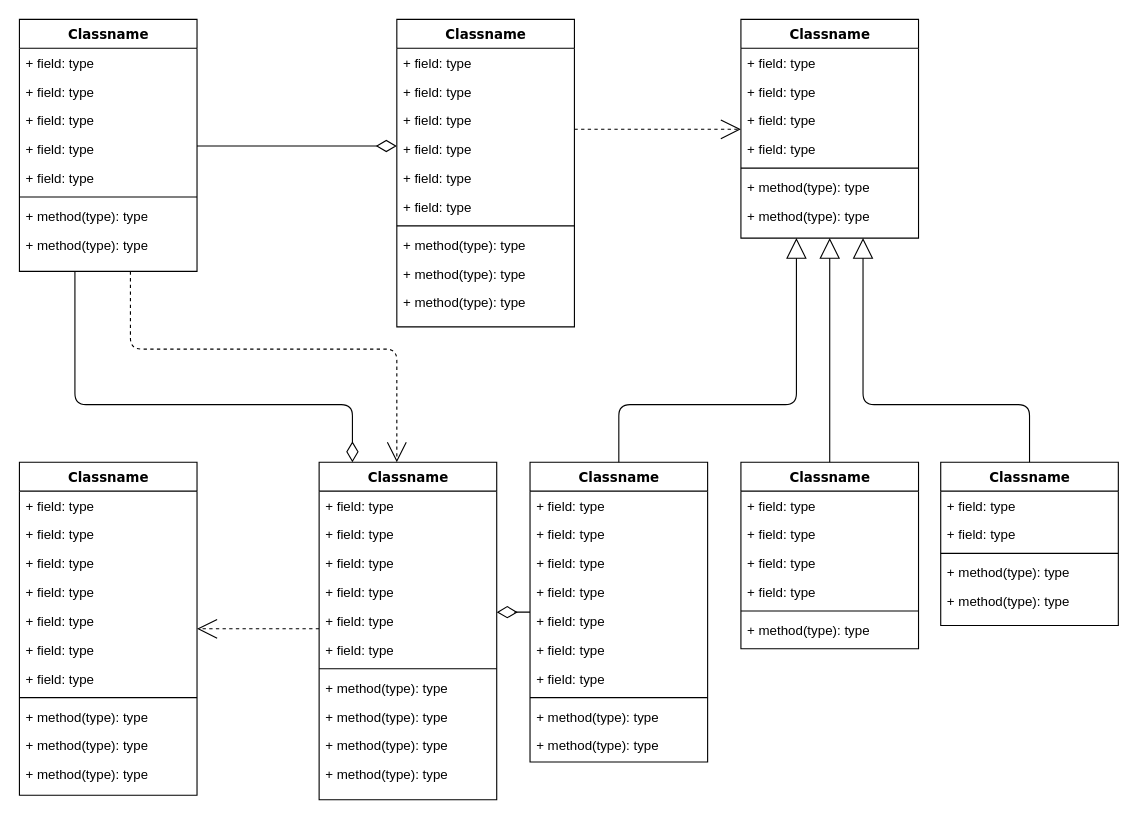
jiaozongben/geek4you keeps this draw.io diagram as Untitled Diagram.drawio. Above is the earlier version. Source tidied: cells renumbered, new cells numbered last; positions are measured from the earlier drawing's top-left corner, leaving out a move shared by most shapes. Both pictures are drawn from the tidied source at 111%, with x=0, y=0 at pixel (19, 19).
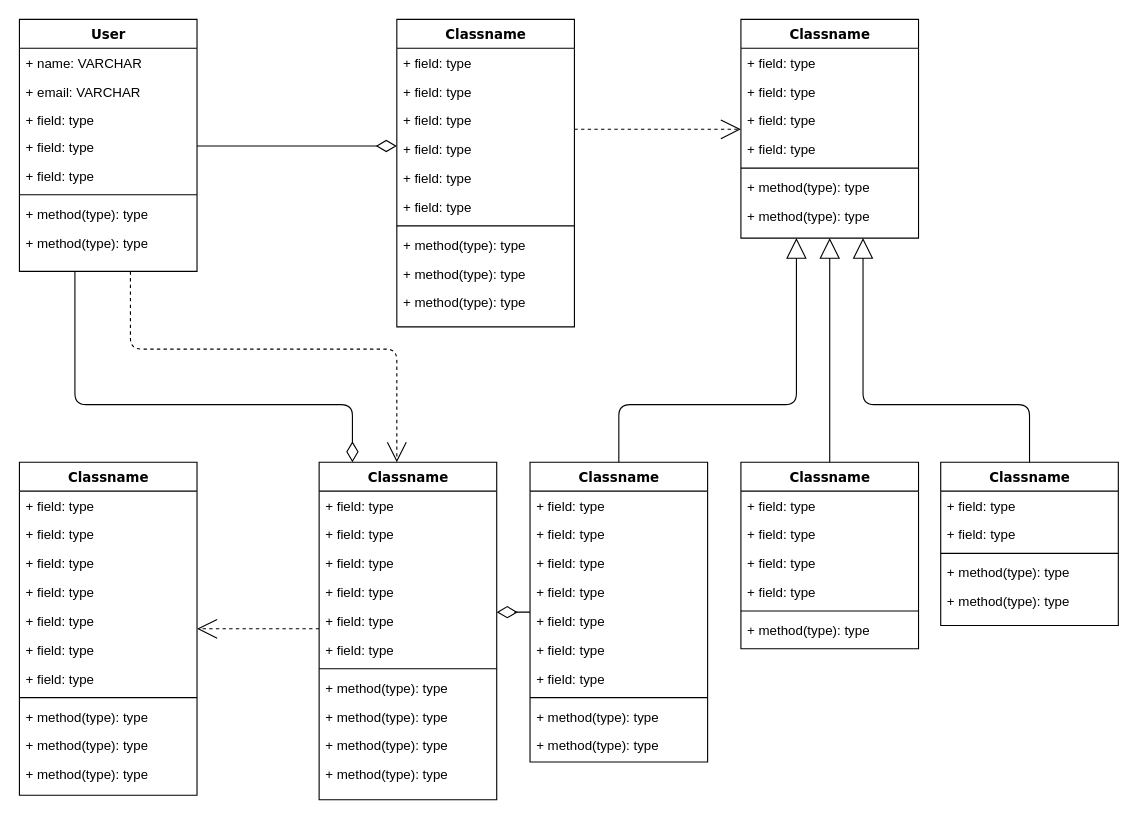
After the change.

Commit message:
RSS-数据库ER图

Change to the diagram source:
```diff
@@
-    <mxCell id="4" value="Classname" style="swimlane;html=1;fontStyle=1;align=center;verticalAlign=top;horizontal=1;startSize=26;swimlaneFillColor=#ffffff;rounded=0;shadow=0;comic=0;labelBackgroundColor=none;strokeWidth=1;fillColor=none;fontFamily=Verdana;fontSize=12;" parent="1" vertex="1">
+    <mxCell id="4" value="User&lt;br&gt;" style="swimlane;html=1;fontStyle=1;align=center;verticalAlign=top;horizontal=1;startSize=26;swimlaneFillColor=#ffffff;rounded=0;shadow=0;comic=0;labelBackgroundColor=none;strokeWidth=1;fillColor=none;fontFamily=Verdana;fontSize=12;" parent="1" vertex="1">
       <mxGeometry width="160" height="227" as="geometry" />
     </mxCell>
-    <mxCell id="5" value="+ field: type" style="text;html=1;strokeColor=none;fillColor=none;align=left;verticalAlign=top;spacingLeft=4;spacingRight=4;whiteSpace=wrap;overflow=hidden;" parent="4" vertex="1">
+    <mxCell id="5" value="+ name: VARCHAR" style="text;html=1;strokeColor=none;fillColor=none;align=left;verticalAlign=top;spacingLeft=4;spacingRight=4;whiteSpace=wrap;overflow=hidden;" parent="4" vertex="1">
       <mxGeometry y="26" width="160" height="26" as="geometry" />
     </mxCell>
-    <mxCell id="6" value="+ field: type" style="text;html=1;strokeColor=none;fillColor=none;align=left;verticalAlign=top;spacingLeft=4;spacingRight=4;whiteSpace=wrap;overflow=hidden;" parent="4" vertex="1">
+    <mxCell id="6" value="+ email: VARCHAR" style="text;html=1;strokeColor=none;fillColor=none;align=left;verticalAlign=top;spacingLeft=4;spacingRight=4;whiteSpace=wrap;overflow=hidden;" parent="4" vertex="1">
       <mxGeometry y="52" width="160" height="26" as="geometry" />
     </mxCell>
     <mxCell id="7" value="+ field: type" style="text;html=1;strokeColor=none;fillColor=none;align=left;verticalAlign=top;spacingLeft=4;spacingRight=4;whiteSpace=wrap;overflow=hidden;" parent="4" vertex="1">
-      <mxGeometry y="78" width="160" height="26" as="geometry" />
+      <mxGeometry y="78" width="160" height="24" as="geometry" />
     </mxCell>
     <mxCell id="8" value="+ field: type" style="text;html=1;strokeColor=none;fillColor=none;align=left;verticalAlign=top;spacingLeft=4;spacingRight=4;whiteSpace=wrap;overflow=hidden;" parent="4" vertex="1">
-      <mxGeometry y="104" width="160" height="26" as="geometry" />
+      <mxGeometry y="102" width="160" height="26" as="geometry" />
     </mxCell>
     <mxCell id="9" value="+ field: type" style="text;html=1;strokeColor=none;fillColor=none;align=left;verticalAlign=top;spacingLeft=4;spacingRight=4;whiteSpace=wrap;overflow=hidden;" parent="4" vertex="1">
-      <mxGeometry y="130" width="160" height="26" as="geometry" />
+      <mxGeometry y="128" width="160" height="26" as="geometry" />
     </mxCell>
     <mxCell id="10" style="line;html=1;strokeWidth=1;fillColor=none;align=left;verticalAlign=middle;spacingTop=-1;spacingLeft=3;spacingRight=3;labelPosition=right;" parent="4" vertex="1">
-      <mxGeometry y="156" width="160" height="8" as="geometry" />
+      <mxGeometry y="154" width="160" height="8" as="geometry" />
     </mxCell>
     <mxCell id="11" value="+ method(type): type" style="text;html=1;strokeColor=none;fillColor=none;align=left;verticalAlign=top;spacingLeft=4;spacingRight=4;whiteSpace=wrap;overflow=hidden;" parent="4" vertex="1">
-      <mxGeometry y="164" width="160" height="26" as="geometry" />
+      <mxGeometry y="162" width="160" height="26" as="geometry" />
     </mxCell>
     <mxCell id="12" value="+ method(type): type" style="text;html=1;strokeColor=none;fillColor=none;align=left;verticalAlign=top;spacingLeft=4;spacingRight=4;whiteSpace=wrap;overflow=hidden;" parent="4" vertex="1">
-      <mxGeometry y="190" width="160" height="26" as="geometry" />
+      <mxGeometry y="188" width="160" height="26" as="geometry" />
     </mxCell>
```
